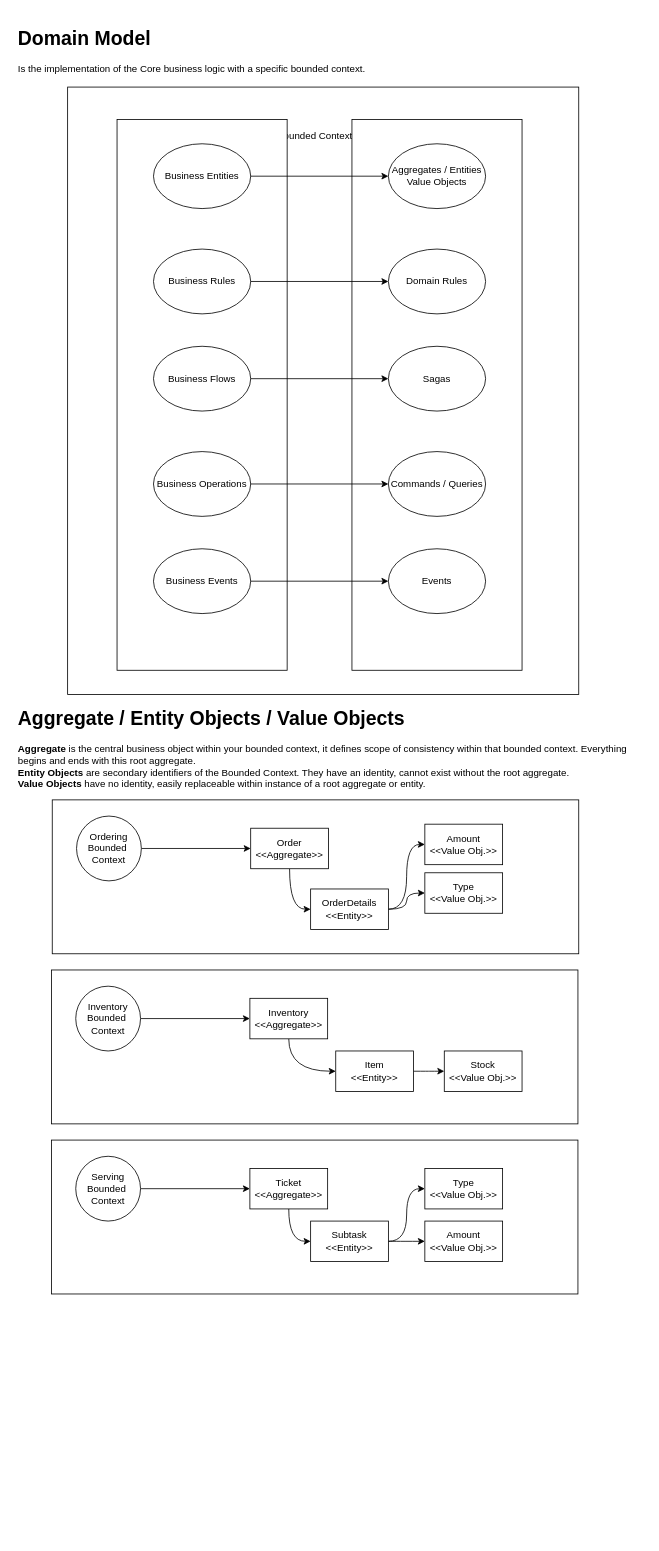
The draw.io diagram page "Domain Model" (3 of 8) of coffeeshop.drawio in HasseNasse/CoffeeShop, before the edit. Source tidied: cells renumbered, new cells numbered last; positions are measured from the earlier drawing's top-left corner, leaving out a move shared by most shapes. Both pictures are drawn from the tidied source at 81%, with x=0, y=0 at pixel (14, 22).
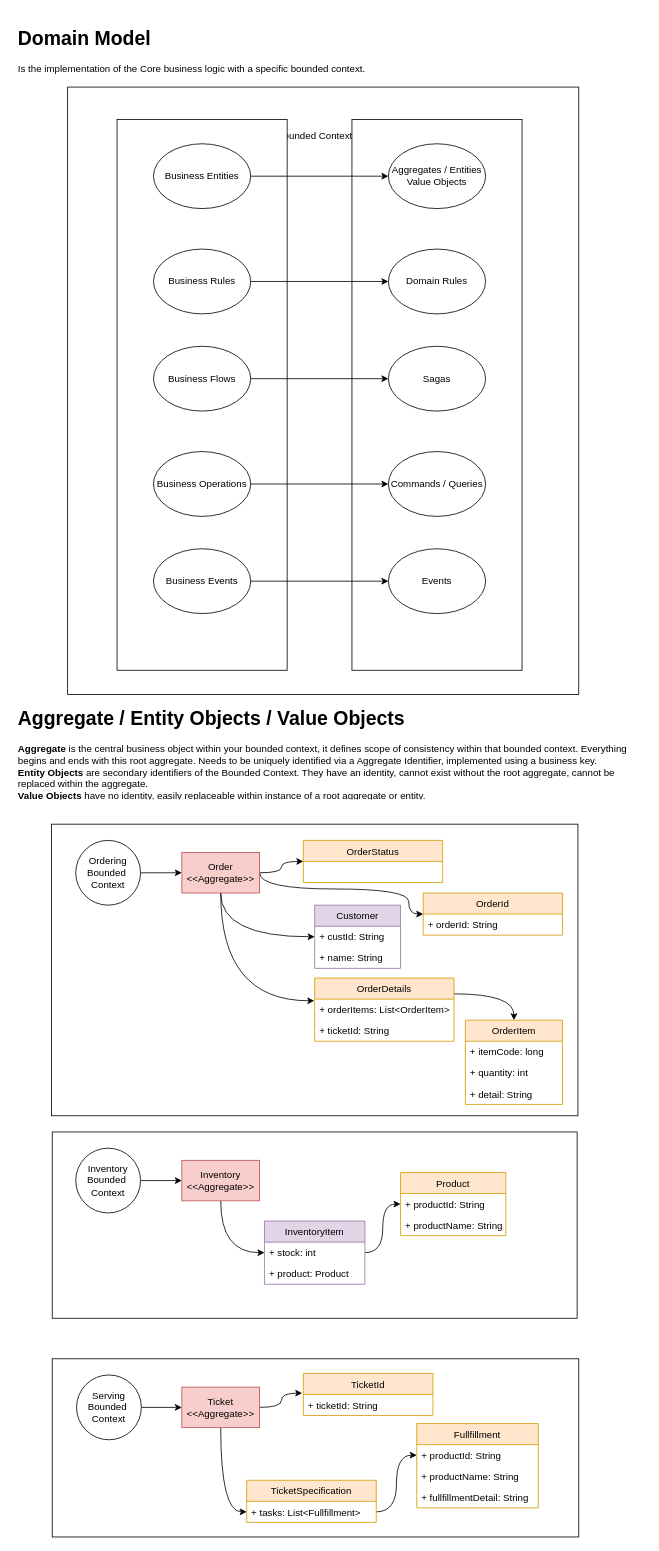
The same page after the edit.

What changed in the source:
```diff
@@
     <mxCell id="22" style="rounded=0;whiteSpace=wrap;html=1;" parent="1" vertex="1">
-      <mxGeometry x="47" y="960" width="650" height="190" as="geometry" />
+      <mxGeometry x="46" y="990" width="650" height="360" as="geometry" />
     </mxCell>
@@
     <mxCell id="24" value="Ordering&lt;br&gt;Bounded&amp;nbsp;&lt;br&gt;Context" style="ellipse;whiteSpace=wrap;html=1;" parent="1" vertex="1">
-      <mxGeometry x="77" y="980" width="80" height="80" as="geometry" />
+      <mxGeometry x="76" y="1010" width="80" height="80" as="geometry" />
     </mxCell>
-    <mxCell id="25" value="&lt;h1&gt;Aggregate / Entity Objects / Value Objects&lt;/h1&gt;&lt;div&gt;&lt;b&gt;Aggregate&lt;/b&gt; is the central business object within your bounded context, it defines scope of consistency within that bounded context. Everything begins and ends with this root aggregate.&lt;/div&gt;&lt;div&gt;&lt;b&gt;Entity Objects&lt;/b&gt; are secondary identifiers of the Bounded Context. They have an identity, cannot exist without the root aggregate.&lt;/div&gt;&lt;div&gt;&lt;b&gt;Value Objects &lt;/b&gt;have no identity, easily replaceable within instance of a root aggregate or entity.&lt;/div&gt;" style="text;html=1;strokeColor=none;fillColor=none;spacing=5;spacingTop=-20;whiteSpace=wrap;overflow=hidden;rounded=0;" parent="1" vertex="1">
+    <mxCell id="25" value="&lt;h1&gt;Aggregate / Entity Objects / Value Objects&lt;/h1&gt;&lt;div&gt;&lt;b&gt;Aggregate&lt;/b&gt; is the central business object within your bounded context, it defines scope of consistency within that bounded context. Everything begins and ends with this root aggregate. Needs to be uniquely identified via a Aggregate Identifier, implemented using a business key.&lt;/div&gt;&lt;div&gt;&lt;b&gt;Entity Objects&lt;/b&gt; are secondary identifiers of the Bounded Context. They have an identity, cannot exist without the root aggregate, cannot be replaced within the aggregate.&lt;/div&gt;&lt;div&gt;&lt;b&gt;Value Objects &lt;/b&gt;have no identity, easily replaceable within instance of a root aggregate or entity.&lt;/div&gt;" style="text;html=1;strokeColor=none;fillColor=none;spacing=5;spacingTop=-20;whiteSpace=wrap;overflow=hidden;rounded=0;" parent="1" vertex="1">
       <mxGeometry y="840" width="780" height="120" as="geometry" />
     </mxCell>
-    <mxCell id="26" style="edgeStyle=orthogonalEdgeStyle;curved=1;rounded=0;jettySize=auto;html=1;exitX=0.5;exitY=1;exitDx=0;exitDy=0;entryX=0;entryY=0.5;entryDx=0;entryDy=0;" parent="1" edge="1" source="27" target="30">
-      <mxGeometry relative="1" as="geometry" />
-    </mxCell>
+    <mxCell id="51" style="edgeStyle=orthogonalEdgeStyle;curved=1;rounded=0;jettySize=auto;html=1;exitX=0.5;exitY=1;exitDx=0;exitDy=0;entryX=-0.003;entryY=0.078;entryDx=0;entryDy=0;entryPerimeter=0;" parent="1" edge="1" source="27" target="59">
+      <mxGeometry relative="1" as="geometry" />
+    </mxCell>
+    <mxCell id="52" style="edgeStyle=orthogonalEdgeStyle;curved=1;rounded=0;jettySize=auto;html=1;exitX=0.5;exitY=1;exitDx=0;exitDy=0;entryX=0;entryY=0.5;entryDx=0;entryDy=0;" parent="1" edge="1" source="27" target="61">
+      <mxGeometry relative="1" as="geometry" />
+    </mxCell>
+    <mxCell id="53" style="edgeStyle=orthogonalEdgeStyle;curved=1;rounded=0;jettySize=auto;html=1;exitX=1;exitY=0.5;exitDx=0;exitDy=0;entryX=0;entryY=0.5;entryDx=0;entryDy=0;" parent="1" edge="1" source="27" target="78">
+      <mxGeometry relative="1" as="geometry" />
+    </mxCell>
+    <mxCell id="54" style="edgeStyle=orthogonalEdgeStyle;curved=1;rounded=0;jettySize=auto;html=1;exitX=1;exitY=0.5;exitDx=0;exitDy=0;" parent="1" edge="1" source="27" target="76">
+      <mxGeometry relative="1" as="geometry">
+        <Array as="points">
+          <mxPoint x="303" y="1070" />
+          <mxPoint x="487" y="1070" />
+          <mxPoint x="487" y="1101" />
+        </Array>
+      </mxGeometry>
+    </mxCell>
-    <mxCell id="27" value="Order&lt;br&gt;&amp;lt;&amp;lt;Aggregate&amp;gt;&amp;gt;" style="rounded=0;whiteSpace=wrap;html=1;" parent="1" vertex="1">
-      <mxGeometry x="292" y="995" width="96" height="50" as="geometry" />
+    <mxCell id="27" value="Order&lt;br&gt;&amp;lt;&amp;lt;Aggregate&amp;gt;&amp;gt;" style="rounded=0;whiteSpace=wrap;html=1;fillColor=#f8cecc;strokeColor=#b85450;" parent="1" vertex="1">
+      <mxGeometry x="207" y="1025" width="96" height="50" as="geometry" />
     </mxCell>
-    <mxCell id="28" style="edgeStyle=orthogonalEdgeStyle;curved=1;rounded=0;jettySize=auto;html=1;exitX=1;exitY=0.5;exitDx=0;exitDy=0;entryX=0;entryY=0.5;entryDx=0;entryDy=0;" parent="1" edge="1" source="30" target="32">
-      <mxGeometry relative="1" as="geometry" />
-    </mxCell>
-    <mxCell id="29" style="edgeStyle=orthogonalEdgeStyle;curved=1;rounded=0;jettySize=auto;html=1;exitX=1;exitY=0.5;exitDx=0;exitDy=0;entryX=0;entryY=0.5;entryDx=0;entryDy=0;" parent="1" edge="1" source="30" target="31">
-      <mxGeometry relative="1" as="geometry" />
-    </mxCell>
-    <mxCell id="30" value="OrderDetails&lt;br&gt;&amp;lt;&amp;lt;Entity&amp;gt;&amp;gt;" style="rounded=0;whiteSpace=wrap;html=1;" parent="1" vertex="1">
-      <mxGeometry x="366" y="1070" width="96" height="50" as="geometry" />
-    </mxCell>
-    <mxCell id="31" value="Amount&lt;br&gt;&amp;lt;&amp;lt;Value Obj.&amp;gt;&amp;gt;" style="rounded=0;whiteSpace=wrap;html=1;" parent="1" vertex="1">
-      <mxGeometry x="507" y="990" width="96" height="50" as="geometry" />
-    </mxCell>
-    <mxCell id="32" value="Type&lt;br&gt;&amp;lt;&amp;lt;Value Obj.&amp;gt;&amp;gt;" style="rounded=0;whiteSpace=wrap;html=1;" parent="1" vertex="1">
-      <mxGeometry x="507" y="1050" width="96" height="50" as="geometry" />
-    </mxCell>
     <mxCell id="33" style="rounded=0;whiteSpace=wrap;html=1;" parent="1" vertex="1">
-      <mxGeometry x="46" y="1170" width="650" height="190" as="geometry" />
+      <mxGeometry x="47" y="1370" width="648" height="230" as="geometry" />
     </mxCell>
@@
     <mxCell id="35" value="Inventory&lt;br&gt;Bounded&amp;nbsp;&lt;br&gt;Context" style="ellipse;whiteSpace=wrap;html=1;" parent="1" vertex="1">
-      <mxGeometry x="76" y="1190" width="80" height="80" as="geometry" />
+      <mxGeometry x="76" y="1390" width="80" height="80" as="geometry" />
     </mxCell>
-    <mxCell id="36" style="edgeStyle=orthogonalEdgeStyle;curved=1;rounded=0;jettySize=auto;html=1;exitX=0.5;exitY=1;exitDx=0;exitDy=0;entryX=0;entryY=0.5;entryDx=0;entryDy=0;" parent="1" edge="1" source="37" target="39">
+    <mxCell id="36" style="edgeStyle=orthogonalEdgeStyle;curved=1;rounded=0;jettySize=auto;html=1;exitX=0.5;exitY=1;exitDx=0;exitDy=0;entryX=0;entryY=0.5;entryDx=0;entryDy=0;" parent="1" edge="1" source="37" target="69">
       <mxGeometry relative="1" as="geometry" />
     </mxCell>
-    <mxCell id="37" value="Inventory&lt;br&gt;&amp;lt;&amp;lt;Aggregate&amp;gt;&amp;gt;" style="rounded=0;whiteSpace=wrap;html=1;" parent="1" vertex="1">
-      <mxGeometry x="291" y="1205" width="96" height="50" as="geometry" />
+    <mxCell id="37" value="Inventory&lt;br&gt;&amp;lt;&amp;lt;Aggregate&amp;gt;&amp;gt;" style="rounded=0;whiteSpace=wrap;html=1;fillColor=#f8cecc;strokeColor=#b85450;" parent="1" vertex="1">
+      <mxGeometry x="207" y="1405" width="96" height="50" as="geometry" />
     </mxCell>
-    <mxCell id="38" style="edgeStyle=orthogonalEdgeStyle;curved=1;rounded=0;jettySize=auto;html=1;exitX=1;exitY=0.5;exitDx=0;exitDy=0;" parent="1" edge="1" source="39" target="40">
-      <mxGeometry relative="1" as="geometry" />
-    </mxCell>
-    <mxCell id="39" value="Item&lt;br&gt;&amp;lt;&amp;lt;Entity&amp;gt;&amp;gt;" style="rounded=0;whiteSpace=wrap;html=1;" parent="1" vertex="1">
-      <mxGeometry x="397" y="1270" width="96" height="50" as="geometry" />
-    </mxCell>
-    <mxCell id="40" value="Stock&lt;br&gt;&amp;lt;&amp;lt;Value Obj.&amp;gt;&amp;gt;" style="rounded=0;whiteSpace=wrap;html=1;" parent="1" vertex="1">
-      <mxGeometry x="531" y="1270" width="96" height="50" as="geometry" />
-    </mxCell>
     <mxCell id="41" style="rounded=0;whiteSpace=wrap;html=1;" parent="1" vertex="1">
-      <mxGeometry x="46" y="1380" width="650" height="190" as="geometry" />
+      <mxGeometry x="47" y="1650" width="650" height="220" as="geometry" />
     </mxCell>
@@
     <mxCell id="43" value="Serving&lt;br&gt;Bounded&amp;nbsp;&lt;br&gt;Context" style="ellipse;whiteSpace=wrap;html=1;" parent="1" vertex="1">
-      <mxGeometry x="76" y="1400" width="80" height="80" as="geometry" />
+      <mxGeometry x="77" y="1670" width="80" height="80" as="geometry" />
     </mxCell>
-    <mxCell id="44" style="edgeStyle=orthogonalEdgeStyle;curved=1;rounded=0;jettySize=auto;html=1;exitX=0.5;exitY=1;exitDx=0;exitDy=0;entryX=0;entryY=0.5;entryDx=0;entryDy=0;" parent="1" edge="1" source="45" target="50">
-      <mxGeometry relative="1" as="geometry" />
-    </mxCell>
+    <mxCell id="55" style="edgeStyle=orthogonalEdgeStyle;curved=1;rounded=0;jettySize=auto;html=1;exitX=0.5;exitY=1;exitDx=0;exitDy=0;entryX=0;entryY=0.5;entryDx=0;entryDy=0;" parent="1" edge="1" source="45" target="80">
+      <mxGeometry relative="1" as="geometry" />
+    </mxCell>
+    <mxCell id="56" style="edgeStyle=orthogonalEdgeStyle;curved=1;rounded=0;jettySize=auto;html=1;exitX=1;exitY=0.5;exitDx=0;exitDy=0;entryX=-0.009;entryY=-0.06;entryDx=0;entryDy=0;entryPerimeter=0;" parent="1" edge="1" source="45" target="86">
+      <mxGeometry relative="1" as="geometry" />
+    </mxCell>
-    <mxCell id="45" value="Ticket&lt;br&gt;&amp;lt;&amp;lt;Aggregate&amp;gt;&amp;gt;" style="rounded=0;whiteSpace=wrap;html=1;" parent="1" vertex="1">
-      <mxGeometry x="291" y="1415" width="96" height="50" as="geometry" />
+    <mxCell id="45" value="Ticket&lt;br&gt;&amp;lt;&amp;lt;Aggregate&amp;gt;&amp;gt;" style="rounded=0;whiteSpace=wrap;html=1;fillColor=#f8cecc;strokeColor=#b85450;" parent="1" vertex="1">
+      <mxGeometry x="207" y="1685" width="96" height="50" as="geometry" />
     </mxCell>
-    <mxCell id="46" value="Type&lt;br&gt;&amp;lt;&amp;lt;Value Obj.&amp;gt;&amp;gt;" style="rounded=0;whiteSpace=wrap;html=1;" parent="1" vertex="1">
-      <mxGeometry x="507" y="1415" width="96" height="50" as="geometry" />
-    </mxCell>
-    <mxCell id="47" value="Amount&lt;br&gt;&amp;lt;&amp;lt;Value Obj.&amp;gt;&amp;gt;" style="rounded=0;whiteSpace=wrap;html=1;" parent="1" vertex="1">
-      <mxGeometry x="507" y="1480" width="96" height="50" as="geometry" />
-    </mxCell>
-    <mxCell id="48" style="edgeStyle=orthogonalEdgeStyle;curved=1;rounded=0;jettySize=auto;html=1;exitX=1;exitY=0.5;exitDx=0;exitDy=0;entryX=0;entryY=0.5;entryDx=0;entryDy=0;" parent="1" edge="1" source="50" target="47">
-      <mxGeometry relative="1" as="geometry" />
-    </mxCell>
-    <mxCell id="49" style="edgeStyle=orthogonalEdgeStyle;curved=1;rounded=0;jettySize=auto;html=1;exitX=1;exitY=0.5;exitDx=0;exitDy=0;entryX=0;entryY=0.5;entryDx=0;entryDy=0;" parent="1" edge="1" source="50" target="46">
-      <mxGeometry relative="1" as="geometry" />
-    </mxCell>
-    <mxCell id="50" value="Subtask&lt;br&gt;&amp;lt;&amp;lt;Entity&amp;gt;&amp;gt;" style="rounded=0;whiteSpace=wrap;html=1;" parent="1" vertex="1">
-      <mxGeometry x="366" y="1480" width="96" height="50" as="geometry" />
-    </mxCell>
+    <mxCell id="57" style="edgeStyle=orthogonalEdgeStyle;curved=1;rounded=0;jettySize=auto;html=1;exitX=1;exitY=0.25;exitDx=0;exitDy=0;entryX=0.5;entryY=0;entryDx=0;entryDy=0;" parent="1" edge="1" source="58" target="72">
+      <mxGeometry relative="1" as="geometry" />
+    </mxCell>
+    <mxCell id="58" value="OrderDetails" style="swimlane;fontStyle=0;horizontal=1;startSize=26;fillColor=#ffe6cc;strokeColor=#d79b00;" parent="1" vertex="1">
+      <mxGeometry x="371" y="1180" width="172" height="78" as="geometry" />
+    </mxCell>
+    <mxCell id="59" value="+ orderItems: List&lt;OrderItem&gt;" style="text;strokeColor=none;fillColor=none;align=left;verticalAlign=top;spacingLeft=4;spacingRight=4;overflow=hidden;points=[[0,0.5],[1,0.5]];portConstraint=eastwest;" parent="58" vertex="1">
+      <mxGeometry y="26" width="172" height="26" as="geometry" />
+    </mxCell>
+    <mxCell id="60" value="+ ticketId: String" style="text;strokeColor=none;fillColor=none;align=left;verticalAlign=top;spacingLeft=4;spacingRight=4;overflow=hidden;" parent="58" vertex="1">
+      <mxGeometry y="52" width="172" height="26" as="geometry" />
+    </mxCell>
+    <mxCell id="61" value="Customer" style="swimlane;fontStyle=0;horizontal=1;startSize=26;fillColor=#e1d5e7;strokeColor=#9673a6;" parent="1" vertex="1">
+      <mxGeometry x="371" y="1090" width="106" height="78" as="geometry" />
+    </mxCell>
+    <mxCell id="62" value="+ custId: String" style="text;strokeColor=none;fillColor=none;align=left;verticalAlign=top;spacingLeft=4;spacingRight=4;overflow=hidden;" parent="61" vertex="1">
+      <mxGeometry y="26" width="106" height="26" as="geometry" />
+    </mxCell>
+    <mxCell id="63" value="+ name: String" style="text;strokeColor=none;fillColor=none;align=left;verticalAlign=top;spacingLeft=4;spacingRight=4;overflow=hidden;" parent="61" vertex="1">
+      <mxGeometry y="52" width="106" height="26" as="geometry" />
+    </mxCell>
+    <mxCell id="64" value="Product" style="swimlane;fontStyle=0;horizontal=1;startSize=26;fillColor=#ffe6cc;strokeColor=#d79b00;" parent="1" vertex="1">
+      <mxGeometry x="477" y="1420" width="130" height="78" as="geometry" />
+    </mxCell>
+    <mxCell id="65" value="+ productId: String" style="text;strokeColor=none;fillColor=none;align=left;verticalAlign=top;spacingLeft=4;spacingRight=4;overflow=hidden;points=[[0,0.5],[1,0.5]];portConstraint=eastwest;" parent="64" vertex="1">
+      <mxGeometry y="26" width="130" height="26" as="geometry" />
+    </mxCell>
+    <mxCell id="66" value="+ productName: String" style="text;strokeColor=none;fillColor=none;align=left;verticalAlign=top;spacingLeft=4;spacingRight=4;overflow=hidden;" parent="64" vertex="1">
+      <mxGeometry y="52" width="130" height="26" as="geometry" />
+    </mxCell>
+    <mxCell id="67" style="edgeStyle=orthogonalEdgeStyle;curved=1;rounded=0;jettySize=auto;html=1;exitX=1;exitY=0.5;exitDx=0;exitDy=0;entryX=0;entryY=0.5;entryDx=0;entryDy=0;" parent="1" edge="1" source="69" target="65">
+      <mxGeometry relative="1" as="geometry" />
+    </mxCell>
+    <mxCell id="68" value="InventoryItem" style="swimlane;fontStyle=0;horizontal=1;startSize=26;fillColor=#e1d5e7;strokeColor=#9673a6;" parent="1" vertex="1">
+      <mxGeometry x="309" y="1480" width="124" height="78" as="geometry" />
+    </mxCell>
+    <mxCell id="69" value="+ stock: int" style="text;strokeColor=none;fillColor=none;align=left;verticalAlign=top;spacingLeft=4;spacingRight=4;overflow=hidden;points=[[0,0.5],[1,0.5]];portConstraint=eastwest;" parent="68" vertex="1">
+      <mxGeometry y="26" width="124" height="26" as="geometry" />
+    </mxCell>
+    <mxCell id="70" value="+ product: Product" style="text;strokeColor=none;fillColor=none;align=left;verticalAlign=top;spacingLeft=4;spacingRight=4;overflow=hidden;" parent="68" vertex="1">
+      <mxGeometry y="52" width="124" height="26" as="geometry" />
+    </mxCell>
+    <mxCell id="71" style="edgeStyle=orthogonalEdgeStyle;curved=1;rounded=0;jettySize=auto;html=1;exitX=1;exitY=0.5;exitDx=0;exitDy=0;entryX=0;entryY=0.5;entryDx=0;entryDy=0;" parent="1" edge="1" source="80" target="82">
+      <mxGeometry relative="1" as="geometry" />
+    </mxCell>
+    <mxCell id="72" value="OrderItem" style="swimlane;fontStyle=0;horizontal=1;startSize=26;fillColor=#ffe6cc;strokeColor=#d79b00;" parent="1" vertex="1">
+      <mxGeometry x="557" y="1232" width="120" height="104" as="geometry" />
+    </mxCell>
+    <mxCell id="73" value="+ itemCode: long" style="text;strokeColor=none;fillColor=none;align=left;verticalAlign=top;spacingLeft=4;spacingRight=4;overflow=hidden;" parent="72" vertex="1">
+      <mxGeometry y="26" width="120" height="26" as="geometry" />
+    </mxCell>
+    <mxCell id="74" value="+ quantity: int" style="text;strokeColor=none;fillColor=none;align=left;verticalAlign=top;spacingLeft=4;spacingRight=4;overflow=hidden;" parent="72" vertex="1">
+      <mxGeometry y="52" width="120" height="26" as="geometry" />
+    </mxCell>
+    <mxCell id="75" value="+ detail: String" style="text;strokeColor=none;fillColor=none;align=left;verticalAlign=top;spacingLeft=4;spacingRight=4;overflow=hidden;" parent="72" vertex="1">
+      <mxGeometry y="78" width="120" height="26" as="geometry" />
+    </mxCell>
+    <mxCell id="76" value="OrderId" style="swimlane;fontStyle=0;horizontal=1;startSize=26;fillColor=#ffe6cc;strokeColor=#d79b00;" parent="1" vertex="1">
+      <mxGeometry x="505" y="1075" width="172" height="52" as="geometry" />
+    </mxCell>
+    <mxCell id="77" value="+ orderId: String" style="text;strokeColor=none;fillColor=none;align=left;verticalAlign=top;spacingLeft=4;spacingRight=4;overflow=hidden;" parent="76" vertex="1">
+      <mxGeometry y="26" width="172" height="26" as="geometry" />
+    </mxCell>
+    <mxCell id="78" value="OrderStatus" style="swimlane;fontStyle=0;horizontal=1;startSize=26;fillColor=#ffe6cc;strokeColor=#d79b00;" parent="1" vertex="1">
+      <mxGeometry x="357" y="1010" width="172" height="52" as="geometry" />
+    </mxCell>
+    <mxCell id="79" value="TicketSpecification" style="swimlane;fontStyle=0;horizontal=1;startSize=26;fillColor=#ffe6cc;strokeColor=#d79b00;" parent="1" vertex="1">
+      <mxGeometry x="287" y="1800" width="160" height="52" as="geometry" />
+    </mxCell>
+    <mxCell id="80" value="+ tasks: List&lt;Fullfillment&gt;" style="text;strokeColor=none;fillColor=none;align=left;verticalAlign=top;spacingLeft=4;spacingRight=4;overflow=hidden;points=[[0,0.5],[1,0.5]];portConstraint=eastwest;" parent="79" vertex="1">
+      <mxGeometry y="26" width="160" height="26" as="geometry" />
+    </mxCell>
+    <mxCell id="81" value="Fullfillment" style="swimlane;fontStyle=0;horizontal=1;startSize=26;fillColor=#ffe6cc;strokeColor=#d79b00;" parent="1" vertex="1">
+      <mxGeometry x="497" y="1730" width="150" height="104" as="geometry" />
+    </mxCell>
+    <mxCell id="82" value="+ productId: String" style="text;strokeColor=none;fillColor=none;align=left;verticalAlign=top;spacingLeft=4;spacingRight=4;overflow=hidden;points=[[0,0.5],[1,0.5]];portConstraint=eastwest;" parent="81" vertex="1">
+      <mxGeometry y="26" width="150" height="26" as="geometry" />
+    </mxCell>
+    <mxCell id="83" value="+ productName: String" style="text;strokeColor=none;fillColor=none;align=left;verticalAlign=top;spacingLeft=4;spacingRight=4;overflow=hidden;" parent="81" vertex="1">
+      <mxGeometry y="52" width="150" height="26" as="geometry" />
+    </mxCell>
+    <mxCell id="84" value="+ fullfillmentDetail: String" style="text;strokeColor=none;fillColor=none;align=left;verticalAlign=top;spacingLeft=4;spacingRight=4;overflow=hidden;" parent="81" vertex="1">
+      <mxGeometry y="78" width="150" height="26" as="geometry" />
+    </mxCell>
+    <mxCell id="85" value="TicketId" style="swimlane;fontStyle=0;horizontal=1;startSize=26;fillColor=#ffe6cc;strokeColor=#d79b00;" parent="1" vertex="1">
+      <mxGeometry x="357" y="1668" width="160" height="52" as="geometry" />
+    </mxCell>
+    <mxCell id="86" value="+ ticketId: String" style="text;strokeColor=none;fillColor=none;align=left;verticalAlign=top;spacingLeft=4;spacingRight=4;overflow=hidden;points=[[0,0.5],[1,0.5]];portConstraint=eastwest;" parent="85" vertex="1">
+      <mxGeometry y="26" width="160" height="26" as="geometry" />
+    </mxCell>
```
